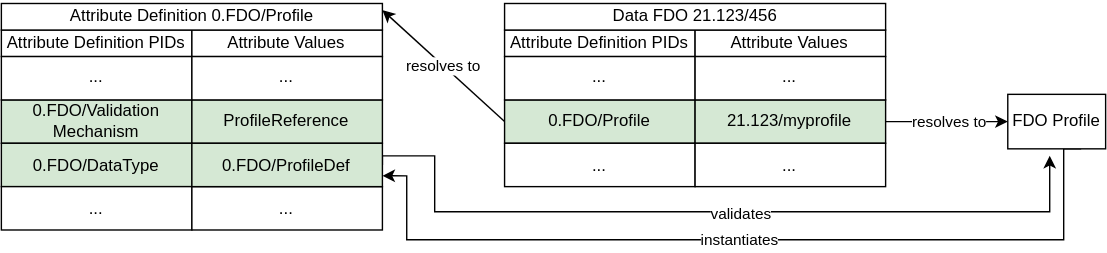
maximiliani/fdo-architecture-spec keeps this draw.io diagram as preview/dev/img/profile-referencing.svg. Above is the earlier version. Source tidied: cells renumbered, new cells last; positions are measured from the earlier drawing's top-left corner, leaving out a move shared by most shapes. Its diagram source:
```xml
<mxGraphModel>
  <root>
    <mxCell id="0" />
    <mxCell id="1" parent="0" />
    <mxCell id="2" value="Attribute Definition PIDs" style="rounded=0;whiteSpace=wrap;html=1;" parent="1" vertex="1">
      <mxGeometry y="19" width="136.3" height="19" as="geometry" />
    </mxCell>
    <mxCell id="3" value="Attribute Values" style="rounded=0;whiteSpace=wrap;html=1;" parent="1" vertex="1">
      <mxGeometry x="136.3" y="19" width="136.3" height="19" as="geometry" />
    </mxCell>
    <mxCell id="4" value="0.FDO/Validation&lt;br&gt;Mechanism" style="rounded=0;whiteSpace=wrap;html=1;fillColor=#D5E8D4;" parent="1" vertex="1">
      <mxGeometry y="69" width="136.3" height="31" as="geometry" />
    </mxCell>
    <mxCell id="5" value="ProfileReference" style="rounded=0;whiteSpace=wrap;html=1;fillColor=#D5E8D4;" parent="1" vertex="1">
      <mxGeometry x="136.3" y="69" width="136.3" height="31" as="geometry" />
    </mxCell>
    <mxCell id="6" value="0.FDO/DataType" style="rounded=0;whiteSpace=wrap;html=1;fillColor=#D5E8D4;" parent="1" vertex="1">
      <mxGeometry y="100" width="136.3" height="31" as="geometry" />
    </mxCell>
    <mxCell id="7" value="..." style="rounded=0;whiteSpace=wrap;html=1;fillColor=#FFFFFF;" parent="1" vertex="1">
      <mxGeometry y="38" width="136.3" height="31" as="geometry" />
    </mxCell>
    <mxCell id="8" value="..." style="rounded=0;whiteSpace=wrap;html=1;fillColor=#FFFFFF;" parent="1" vertex="1">
      <mxGeometry x="136.3" y="38" width="136.3" height="31" as="geometry" />
    </mxCell>
    <mxCell id="9" value="..." style="rounded=0;whiteSpace=wrap;html=1;fillColor=#FFFFFF;" parent="1" vertex="1">
      <mxGeometry y="131" width="136.3" height="31" as="geometry" />
    </mxCell>
    <mxCell id="10" value="..." style="rounded=0;whiteSpace=wrap;html=1;fillColor=#FFFFFF;" parent="1" vertex="1">
      <mxGeometry x="136.3" y="131" width="136.3" height="31" as="geometry" />
    </mxCell>
    <mxCell id="11" style="edgeStyle=orthogonalEdgeStyle;rounded=0;jettySize=auto;html=1;exitX=1;exitY=0.5;exitDx=0;exitDy=0;" parent="1" edge="1" source="13">
      <mxGeometry relative="1" as="geometry">
        <mxPoint x="750" y="109" as="targetPoint" />
        <Array as="points">
          <mxPoint x="273" y="109" />
          <mxPoint x="310" y="109" />
          <mxPoint x="310" y="149" />
          <mxPoint x="750" y="149" />
        </Array>
      </mxGeometry>
    </mxCell>
    <mxCell id="12" value="validates" style="edgeLabel;html=1;align=center;verticalAlign=middle;" parent="11" vertex="1">
      <mxGeometry x="0.07" relative="1" as="geometry">
        <mxPoint y="1" as="offset" />
      </mxGeometry>
    </mxCell>
    <mxCell id="13" value="0.FDO/ProfileDef" style="rounded=0;whiteSpace=wrap;html=1;fillColor=#D5E8D4;" parent="1" vertex="1">
      <mxGeometry x="136.3" y="100" width="136.3" height="31" as="geometry" />
    </mxCell>
    <mxCell id="14" value="Attribute Definition 0.FDO/Profile" style="rounded=0;whiteSpace=wrap;html=1;" parent="1" vertex="1">
      <mxGeometry width="272.6" height="19" as="geometry" />
    </mxCell>
    <mxCell id="15" value="Attribute Definition PIDs" style="rounded=0;whiteSpace=wrap;html=1;" parent="1" vertex="1">
      <mxGeometry x="360" y="19" width="136.3" height="19" as="geometry" />
    </mxCell>
    <mxCell id="16" value="Attribute Values" style="rounded=0;whiteSpace=wrap;html=1;" parent="1" vertex="1">
      <mxGeometry x="496.3" y="19" width="136.3" height="19" as="geometry" />
    </mxCell>
    <mxCell id="17" value="0.FDO/Profile" style="rounded=0;whiteSpace=wrap;html=1;fillColor=#D5E8D4;" parent="1" vertex="1">
      <mxGeometry x="360" y="69" width="136.3" height="31" as="geometry" />
    </mxCell>
    <mxCell id="18" value="21.123/myprofile" style="rounded=0;whiteSpace=wrap;html=1;fillColor=#D5E8D4;" parent="1" vertex="1">
      <mxGeometry x="496.3" y="69" width="136.3" height="31" as="geometry" />
    </mxCell>
    <mxCell id="19" value="..." style="rounded=0;whiteSpace=wrap;html=1;fillColor=#FFFFFF;" parent="1" vertex="1">
      <mxGeometry x="360" y="38" width="136.3" height="31" as="geometry" />
    </mxCell>
    <mxCell id="20" value="..." style="rounded=0;whiteSpace=wrap;html=1;fillColor=#FFFFFF;" parent="1" vertex="1">
      <mxGeometry x="496.3" y="38" width="136.3" height="31" as="geometry" />
    </mxCell>
    <mxCell id="21" value="..." style="rounded=0;whiteSpace=wrap;html=1;fillColor=#FFFFFF;" parent="1" vertex="1">
      <mxGeometry x="360" y="100" width="136.3" height="31" as="geometry" />
    </mxCell>
    <mxCell id="22" value="..." style="rounded=0;whiteSpace=wrap;html=1;fillColor=#FFFFFF;" parent="1" vertex="1">
      <mxGeometry x="496.3" y="100" width="136.3" height="31" as="geometry" />
    </mxCell>
    <mxCell id="23" value="Data FDO 21.123/456" style="rounded=0;whiteSpace=wrap;html=1;" parent="1" vertex="1">
      <mxGeometry x="360" width="272.6" height="19" as="geometry" />
    </mxCell>
    <mxCell id="24" value="resolves to" style="endArrow=classic;html=1;rounded=0;exitX=0;exitY=0.5;exitDx=0;exitDy=0;entryX=1;entryY=0.25;entryDx=0;entryDy=0;" parent="1" edge="1" source="17" target="14">
      <mxGeometry relative="1" as="geometry" />
    </mxCell>
    <mxCell id="25" style="edgeStyle=orthogonalEdgeStyle;rounded=0;jettySize=auto;html=1;exitX=0.75;exitY=1;exitDx=0;exitDy=0;entryX=1;entryY=0.75;entryDx=0;entryDy=0;" parent="1" edge="1" source="27" target="13">
      <mxGeometry relative="1" as="geometry">
        <Array as="points">
          <mxPoint x="760" y="104" />
          <mxPoint x="760" y="169" />
          <mxPoint x="290" y="169" />
          <mxPoint x="290" y="123" />
        </Array>
      </mxGeometry>
    </mxCell>
    <mxCell id="26" value="instantiates" style="edgeLabel;html=1;align=center;verticalAlign=middle;" parent="25" vertex="1">
      <mxGeometry x="0.02" y="-1" relative="1" as="geometry" />
    </mxCell>
    <mxCell id="27" value="FDO Profile&lt;br&gt;" style="rounded=0;whiteSpace=wrap;html=1;" parent="1" vertex="1">
      <mxGeometry x="720" y="65" width="70" height="39" as="geometry" />
    </mxCell>
    <mxCell id="28" style="endArrow=classic;html=1;rounded=0;entryX=0;entryY=0.5;entryDx=0;entryDy=0;exitX=1;exitY=0.5;exitDx=0;exitDy=0;" parent="1" edge="1" source="18" target="27">
      <mxGeometry relative="1" as="geometry" />
    </mxCell>
    <mxCell id="29" value="resolves to" style="edgeLabel;html=1;align=center;verticalAlign=middle;" parent="28" vertex="1">
      <mxGeometry x="0.03" relative="1" as="geometry" />
    </mxCell>
  </root>
</mxGraphModel>
```
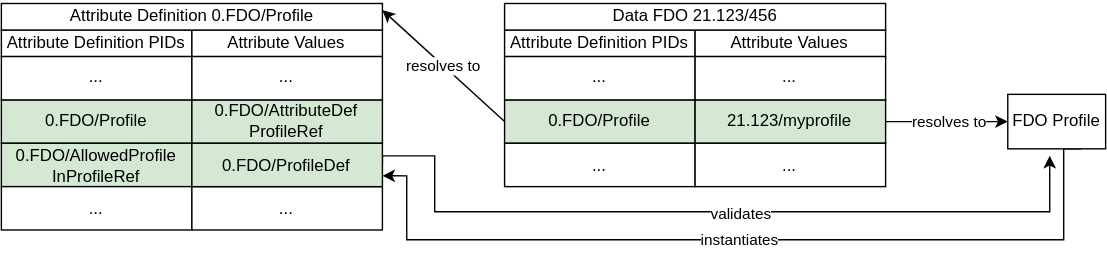
After the change.

Change to the diagram source:
```diff
@@ -8,13 +8,13 @@
     <mxCell id="3" value="Attribute Values" style="rounded=0;whiteSpace=wrap;html=1;" parent="1" vertex="1">
       <mxGeometry x="136.3" y="19" width="136.3" height="19" as="geometry" />
     </mxCell>
-    <mxCell id="4" value="0.FDO/Validation&lt;br&gt;Mechanism" style="rounded=0;whiteSpace=wrap;html=1;fillColor=#D5E8D4;" parent="1" vertex="1">
+    <mxCell id="4" value="0.FDO/Profile" style="rounded=0;whiteSpace=wrap;html=1;fillColor=#D5E8D4;" parent="1" vertex="1">
       <mxGeometry y="69" width="136.3" height="31" as="geometry" />
     </mxCell>
-    <mxCell id="5" value="ProfileReference" style="rounded=0;whiteSpace=wrap;html=1;fillColor=#D5E8D4;" parent="1" vertex="1">
+    <mxCell id="5" value="0.FDO/AttributeDef&lt;br&gt;ProfileRef" style="rounded=0;whiteSpace=wrap;html=1;fillColor=#D5E8D4;" parent="1" vertex="1">
       <mxGeometry x="136.3" y="69" width="136.3" height="31" as="geometry" />
     </mxCell>
-    <mxCell id="6" value="0.FDO/DataType" style="rounded=0;whiteSpace=wrap;html=1;fillColor=#D5E8D4;" parent="1" vertex="1">
+    <mxCell id="6" value="0.FDO/AllowedProfile&lt;br&gt;InProfileRef" style="rounded=0;whiteSpace=wrap;html=1;fillColor=#D5E8D4;" parent="1" vertex="1">
       <mxGeometry y="100" width="136.3" height="31" as="geometry" />
     </mxCell>
     <mxCell id="7" value="..." style="rounded=0;whiteSpace=wrap;html=1;fillColor=#FFFFFF;" parent="1" vertex="1">
```
